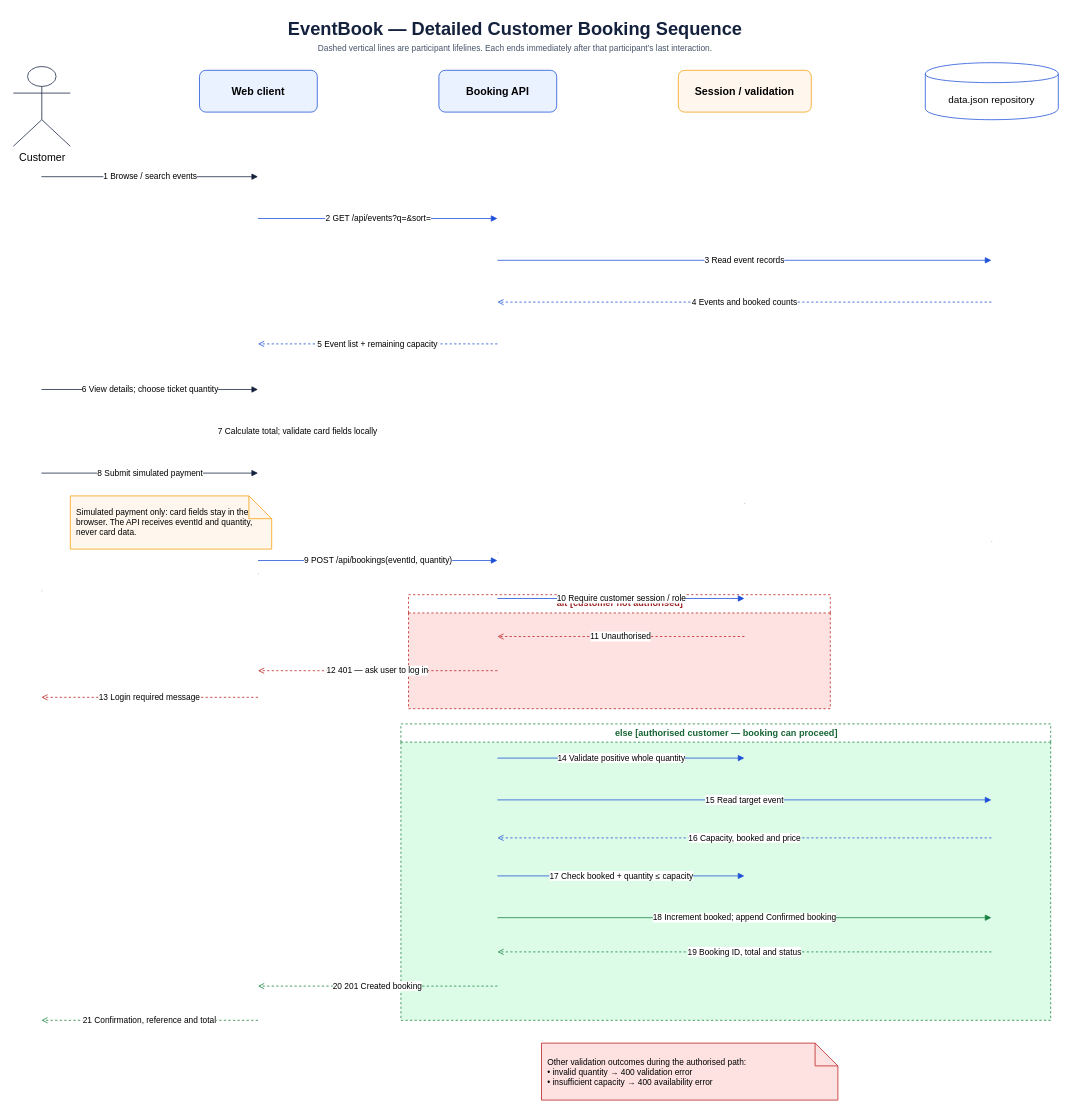
likhitrajdundigal/event-ticket-booking-system keeps this draw.io diagram as docs/drawio/eventbook-booking-sequence.drawio. Above is the earlier version. Source tidied: cells renumbered, new cells numbered last; positions are measured from the earlier drawing's top-left corner, leaving out a move shared by most shapes. Both pictures are drawn from the tidied source at 76%, with x=0, y=0 at pixel (13, 13).
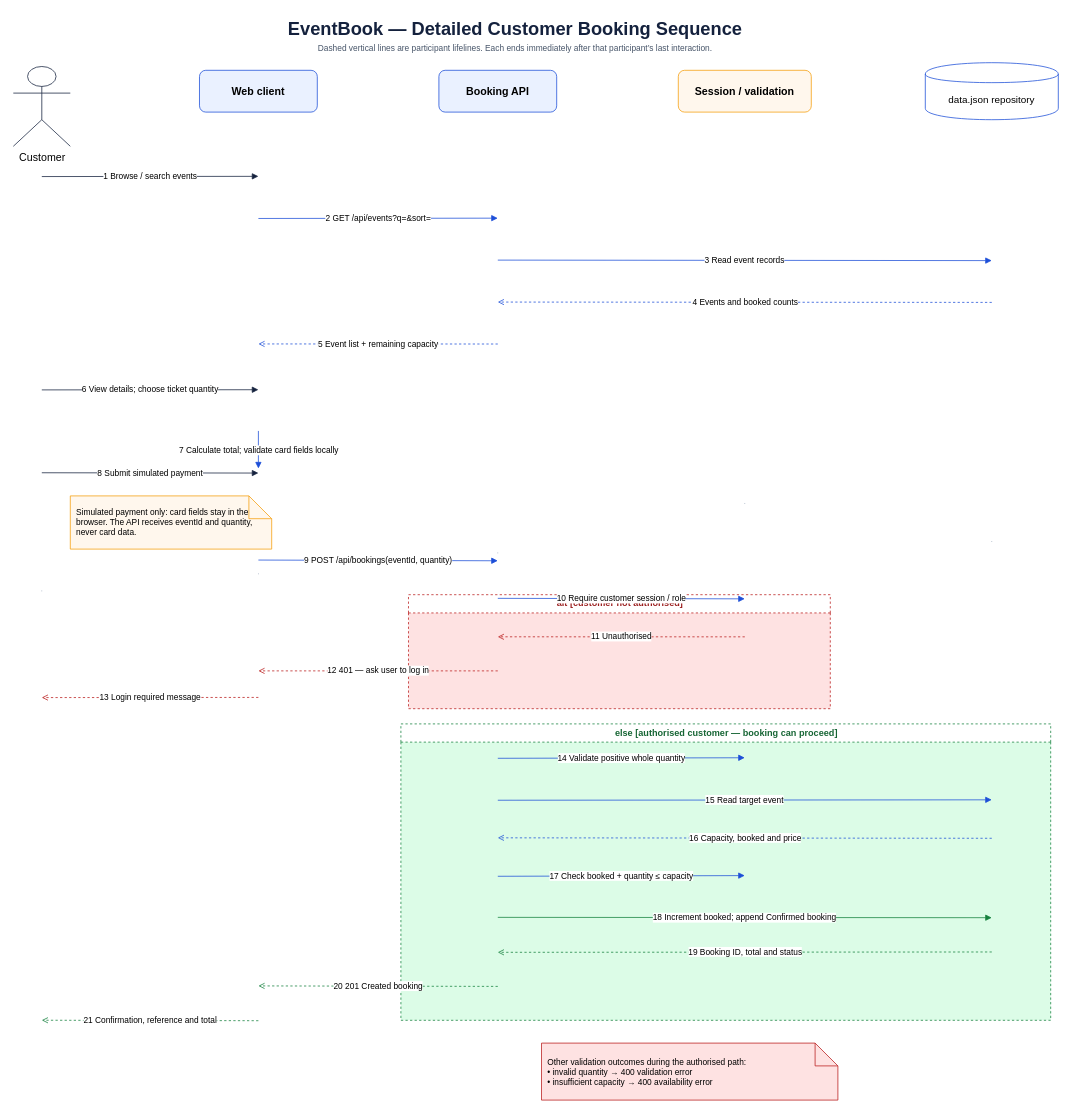
The same page after the edit.

Commit message:
docs: connect booking sequence lifelines

The change refers to these unchanged cells:
```xml
<mxCell id="11" style="shape=line;dashed=1;dashPattern=3 3;strokeColor=#94a3b8;" parent="1" vertex="1">
  <mxGeometry x="37" y="180" width="1" height="1160" as="geometry" />
</mxCell>
<mxCell id="12" style="shape=line;dashed=1;dashPattern=3 3;strokeColor=#94a3b8;" parent="1" vertex="1">
  <mxGeometry x="322" y="135" width="1" height="1205" as="geometry" />
</mxCell>
<mxCell id="13" style="shape=line;dashed=1;dashPattern=3 3;strokeColor=#94a3b8;" parent="1" vertex="1">
  <mxGeometry x="637" y="135" width="1" height="1150" as="geometry" />
</mxCell>
<mxCell id="14" style="shape=line;dashed=1;dashPattern=3 3;strokeColor=#94a3b8;" parent="1" vertex="1">
  <mxGeometry x="962" y="135" width="1" height="1020" as="geometry" />
</mxCell>
<mxCell id="15" style="shape=line;dashed=1;dashPattern=3 3;strokeColor=#94a3b8;" parent="1" vertex="1">
  <mxGeometry x="1287" y="145" width="1" height="1100" as="geometry" />
</mxCell>
```

Diff of the diagram source:
```diff
@@
-    <mxCell id="16" value="1  Browse / search events" style="endArrow=block;html=1;strokeColor=#14213d;fontSize=11;labelBackgroundColor=#ffffff;" parent="1" edge="1">
-      <mxGeometry relative="1" as="geometry">
-        <mxPoint x="37" y="215" as="sourcePoint" />
-        <mxPoint x="322" y="215" as="targetPoint" />
-      </mxGeometry>
+    <mxCell id="16" value="1  Browse / search events" style="endArrow=block;html=1;strokeColor=#14213d;fontSize=11;labelBackgroundColor=#ffffff;exitX=0.5;exitY=0.030;exitPerimeter=0;entryX=0.5;entryY=0.066;entryPerimeter=0;" parent="1" edge="1" source="11" target="12">
+      <mxGeometry relative="1" as="geometry" />
     </mxCell>
-    <mxCell id="17" value="2  GET /api/events?q=&amp;sort=" style="endArrow=block;html=1;strokeColor=#1d4ed8;fontSize=11;labelBackgroundColor=#ffffff;" parent="1" edge="1">
-      <mxGeometry relative="1" as="geometry">
-        <mxPoint x="322" y="270" as="sourcePoint" />
-        <mxPoint x="637" y="270" as="targetPoint" />
-      </mxGeometry>
+    <mxCell id="17" value="2  GET /api/events?q=&amp;sort=" style="endArrow=block;html=1;strokeColor=#1d4ed8;fontSize=11;labelBackgroundColor=#ffffff;exitX=0.5;exitY=0.112;exitPerimeter=0;entryX=0.5;entryY=0.117;entryPerimeter=0;" parent="1" edge="1" source="12" target="13">
+      <mxGeometry relative="1" as="geometry" />
     </mxCell>
-    <mxCell id="18" value="3  Read event records" style="endArrow=block;html=1;strokeColor=#1d4ed8;fontSize=11;labelBackgroundColor=#ffffff;" parent="1" edge="1">
-      <mxGeometry relative="1" as="geometry">
-        <mxPoint x="637" y="325" as="sourcePoint" />
-        <mxPoint x="1287" y="325" as="targetPoint" />
-      </mxGeometry>
+    <mxCell id="18" value="3  Read event records" style="endArrow=block;html=1;strokeColor=#1d4ed8;fontSize=11;labelBackgroundColor=#ffffff;exitX=0.5;exitY=0.165;exitPerimeter=0;entryX=0.5;entryY=0.164;entryPerimeter=0;" parent="1" edge="1" source="13" target="15">
+      <mxGeometry relative="1" as="geometry" />
     </mxCell>
-    <mxCell id="19" value="4  Events and booked counts" style="endArrow=open;dashed=1;html=1;strokeColor=#1d4ed8;fontSize=11;labelBackgroundColor=#ffffff;" parent="1" edge="1">
-      <mxGeometry relative="1" as="geometry">
-        <mxPoint x="1287" y="380" as="sourcePoint" />
-        <mxPoint x="637" y="380" as="targetPoint" />
-      </mxGeometry>
+    <mxCell id="19" value="4  Events and booked counts" style="endArrow=open;dashed=1;html=1;strokeColor=#1d4ed8;fontSize=11;labelBackgroundColor=#ffffff;exitX=0.5;exitY=0.214;exitPerimeter=0;entryX=0.5;entryY=0.213;entryPerimeter=0;" parent="1" edge="1" source="15" target="13">
+      <mxGeometry relative="1" as="geometry" />
     </mxCell>
-    <mxCell id="20" value="5  Event list + remaining capacity" style="endArrow=open;dashed=1;html=1;strokeColor=#1d4ed8;fontSize=11;labelBackgroundColor=#ffffff;" parent="1" edge="1">
-      <mxGeometry relative="1" as="geometry">
-        <mxPoint x="637" y="435" as="sourcePoint" />
-        <mxPoint x="322" y="435" as="targetPoint" />
-      </mxGeometry>
+    <mxCell id="20" value="5  Event list + remaining capacity" style="endArrow=open;dashed=1;html=1;strokeColor=#1d4ed8;fontSize=11;labelBackgroundColor=#ffffff;exitX=0.5;exitY=0.261;exitPerimeter=0;entryX=0.5;entryY=0.249;entryPerimeter=0;" parent="1" edge="1" source="13" target="12">
+      <mxGeometry relative="1" as="geometry" />
     </mxCell>
-    <mxCell id="21" value="6  View details; choose ticket quantity" style="endArrow=block;html=1;strokeColor=#14213d;fontSize=11;labelBackgroundColor=#ffffff;" parent="1" edge="1">
-      <mxGeometry relative="1" as="geometry">
-        <mxPoint x="37" y="495" as="sourcePoint" />
-        <mxPoint x="322" y="495" as="targetPoint" />
-      </mxGeometry>
+    <mxCell id="21" value="6  View details; choose ticket quantity" style="endArrow=block;html=1;strokeColor=#14213d;fontSize=11;labelBackgroundColor=#ffffff;exitX=0.5;exitY=0.272;exitPerimeter=0;entryX=0.5;entryY=0.299;entryPerimeter=0;" parent="1" edge="1" source="11" target="12">
+      <mxGeometry relative="1" as="geometry" />
     </mxCell>
-    <mxCell id="22" value="7  Calculate total; validate card fields locally" style="endArrow=block;html=1;strokeColor=#1d4ed8;fontSize=11;labelBackgroundColor=#ffffff;" parent="1" edge="1">
-      <mxGeometry relative="1" as="geometry">
-        <mxPoint x="322" y="550" as="sourcePoint" />
-        <mxPoint x="425" y="550" as="targetPoint" />
-      </mxGeometry>
+    <mxCell id="22" value="7  Calculate total; validate card fields locally" style="endArrow=block;loopStyle=orthogonalLoop;html=1;strokeColor=#1d4ed8;fontSize=11;labelBackgroundColor=#ffffff;exitX=0.5;exitY=0.344;exitPerimeter=0;entryX=0.5;entryY=0.385;entryPerimeter=0;" parent="1" edge="1" source="12" target="12">
+      <mxGeometry relative="1" as="geometry" />
     </mxCell>
-    <mxCell id="23" value="8  Submit simulated payment" style="endArrow=block;html=1;strokeColor=#14213d;fontSize=11;labelBackgroundColor=#ffffff;" parent="1" edge="1">
-      <mxGeometry relative="1" as="geometry">
-        <mxPoint x="37" y="605" as="sourcePoint" />
-        <mxPoint x="322" y="605" as="targetPoint" />
-      </mxGeometry>
+    <mxCell id="23" value="8  Submit simulated payment" style="endArrow=block;html=1;strokeColor=#14213d;fontSize=11;labelBackgroundColor=#ffffff;exitX=0.5;exitY=0.366;exitPerimeter=0;entryX=0.5;entryY=0.390;entryPerimeter=0;" parent="1" edge="1" source="11" target="12">
+      <mxGeometry relative="1" as="geometry" />
     </mxCell>
@@
-    <mxCell id="25" value="9  POST /api/bookings(eventId, quantity)" style="endArrow=block;html=1;strokeColor=#1d4ed8;fontSize=11;labelBackgroundColor=#ffffff;" parent="1" edge="1">
-      <mxGeometry relative="1" as="geometry">
-        <mxPoint x="322" y="720" as="sourcePoint" />
-        <mxPoint x="637" y="720" as="targetPoint" />
-      </mxGeometry>
+    <mxCell id="25" value="9  POST /api/bookings(eventId, quantity)" style="endArrow=block;html=1;strokeColor=#1d4ed8;fontSize=11;labelBackgroundColor=#ffffff;exitX=0.5;exitY=0.485;exitPerimeter=0;entryX=0.5;entryY=0.509;entryPerimeter=0;" parent="1" edge="1" source="12" target="13">
+      <mxGeometry relative="1" as="geometry" />
     </mxCell>
-    <mxCell id="26" value="10  Require customer session / role" style="endArrow=block;html=1;strokeColor=#1d4ed8;fontSize=11;labelBackgroundColor=#ffffff;" parent="1" edge="1">
-      <mxGeometry relative="1" as="geometry">
-        <mxPoint x="637" y="770" as="sourcePoint" />
-        <mxPoint x="962" y="770" as="targetPoint" />
-      </mxGeometry>
+    <mxCell id="26" value="10  Require customer session / role" style="endArrow=block;html=1;strokeColor=#1d4ed8;fontSize=11;labelBackgroundColor=#ffffff;exitX=0.5;exitY=0.552;exitPerimeter=0;entryX=0.5;entryY=0.623;entryPerimeter=0;" parent="1" edge="1" source="13" target="14">
+      <mxGeometry relative="1" as="geometry" />
     </mxCell>
-    <mxCell id="27" value="11  Unauthorised" style="endArrow=open;dashed=1;html=1;strokeColor=#b91c1c;fontSize=11;labelBackgroundColor=#ffffff;" parent="1" edge="1">
-      <mxGeometry relative="1" as="geometry">
-        <mxPoint x="962" y="820" as="sourcePoint" />
-        <mxPoint x="637" y="820" as="targetPoint" />
-      </mxGeometry>
+    <mxCell id="27" value="11  Unauthorised" style="endArrow=open;dashed=1;html=1;strokeColor=#b91c1c;fontSize=11;labelBackgroundColor=#ffffff;exitX=0.5;exitY=0.672;exitPerimeter=0;entryX=0.5;entryY=0.596;entryPerimeter=0;" parent="1" edge="1" source="14" target="13">
+      <mxGeometry relative="1" as="geometry" />
     </mxCell>
-    <mxCell id="28" value="12  401 — ask user to log in" style="endArrow=open;dashed=1;html=1;strokeColor=#b91c1c;fontSize=11;labelBackgroundColor=#ffffff;" parent="1" edge="1">
-      <mxGeometry relative="1" as="geometry">
-        <mxPoint x="637" y="865" as="sourcePoint" />
-        <mxPoint x="322" y="865" as="targetPoint" />
-      </mxGeometry>
+    <mxCell id="28" value="12  401 — ask user to log in" style="endArrow=open;dashed=1;html=1;strokeColor=#b91c1c;fontSize=11;labelBackgroundColor=#ffffff;exitX=0.5;exitY=0.635;exitPerimeter=0;entryX=0.5;entryY=0.606;entryPerimeter=0;" parent="1" edge="1" source="13" target="12">
+      <mxGeometry relative="1" as="geometry" />
     </mxCell>
-    <mxCell id="29" value="13  Login required message" style="endArrow=open;dashed=1;html=1;strokeColor=#b91c1c;fontSize=11;labelBackgroundColor=#ffffff;" parent="1" edge="1">
-      <mxGeometry relative="1" as="geometry">
-        <mxPoint x="322" y="900" as="sourcePoint" />
-        <mxPoint x="37" y="900" as="targetPoint" />
-      </mxGeometry>
+    <mxCell id="29" value="13  Login required message" style="endArrow=open;dashed=1;html=1;strokeColor=#b91c1c;fontSize=11;labelBackgroundColor=#ffffff;exitX=0.5;exitY=0.635;exitPerimeter=0;entryX=0.5;entryY=0.621;entryPerimeter=0;" parent="1" edge="1" source="12" target="11">
+      <mxGeometry relative="1" as="geometry" />
     </mxCell>
-    <mxCell id="30" value="14  Validate positive whole quantity" style="endArrow=block;html=1;strokeColor=#1d4ed8;fontSize=11;labelBackgroundColor=#ffffff;" parent="1" edge="1">
-      <mxGeometry relative="1" as="geometry">
-        <mxPoint x="637" y="980" as="sourcePoint" />
-        <mxPoint x="962" y="980" as="targetPoint" />
-      </mxGeometry>
+    <mxCell id="30" value="14  Validate positive whole quantity" style="endArrow=block;html=1;strokeColor=#1d4ed8;fontSize=11;labelBackgroundColor=#ffffff;exitX=0.5;exitY=0.735;exitPerimeter=0;entryX=0.5;entryY=0.828;entryPerimeter=0;" parent="1" edge="1" source="13" target="14">
+      <mxGeometry relative="1" as="geometry" />
     </mxCell>
-    <mxCell id="31" value="15  Read target event" style="endArrow=block;html=1;strokeColor=#1d4ed8;fontSize=11;labelBackgroundColor=#ffffff;" parent="1" edge="1">
-      <mxGeometry relative="1" as="geometry">
-        <mxPoint x="637" y="1035" as="sourcePoint" />
-        <mxPoint x="1287" y="1035" as="targetPoint" />
-      </mxGeometry>
+    <mxCell id="31" value="15  Read target event" style="endArrow=block;html=1;strokeColor=#1d4ed8;fontSize=11;labelBackgroundColor=#ffffff;exitX=0.5;exitY=0.783;exitPerimeter=0;entryX=0.5;entryY=0.809;entryPerimeter=0;" parent="1" edge="1" source="13" target="15">
+      <mxGeometry relative="1" as="geometry" />
     </mxCell>
-    <mxCell id="32" value="16  Capacity, booked and price" style="endArrow=open;dashed=1;html=1;strokeColor=#1d4ed8;fontSize=11;labelBackgroundColor=#ffffff;" parent="1" edge="1">
-      <mxGeometry relative="1" as="geometry">
-        <mxPoint x="1287" y="1085" as="sourcePoint" />
-        <mxPoint x="637" y="1085" as="targetPoint" />
-      </mxGeometry>
+    <mxCell id="32" value="16  Capacity, booked and price" style="endArrow=open;dashed=1;html=1;strokeColor=#1d4ed8;fontSize=11;labelBackgroundColor=#ffffff;exitX=0.5;exitY=0.855;exitPerimeter=0;entryX=0.5;entryY=0.826;entryPerimeter=0;" parent="1" edge="1" source="15" target="13">
+      <mxGeometry relative="1" as="geometry" />
     </mxCell>
-    <mxCell id="33" value="17  Check booked + quantity ≤ capacity" style="endArrow=block;html=1;strokeColor=#1d4ed8;fontSize=11;labelBackgroundColor=#ffffff;" parent="1" edge="1">
-      <mxGeometry relative="1" as="geometry">
-        <mxPoint x="637" y="1135" as="sourcePoint" />
-        <mxPoint x="962" y="1135" as="targetPoint" />
-      </mxGeometry>
+    <mxCell id="33" value="17  Check booked + quantity ≤ capacity" style="endArrow=block;html=1;strokeColor=#1d4ed8;fontSize=11;labelBackgroundColor=#ffffff;exitX=0.5;exitY=0.870;exitPerimeter=0;entryX=0.5;entryY=0.980;entryPerimeter=0;" parent="1" edge="1" source="13" target="14">
+      <mxGeometry relative="1" as="geometry" />
     </mxCell>
-    <mxCell id="34" value="18  Increment booked; append Confirmed booking" style="endArrow=block;html=1;strokeColor=#15803d;fontSize=11;labelBackgroundColor=#ffffff;" parent="1" edge="1">
-      <mxGeometry relative="1" as="geometry">
-        <mxPoint x="637" y="1190" as="sourcePoint" />
-        <mxPoint x="1287" y="1190" as="targetPoint" />
-      </mxGeometry>
+    <mxCell id="34" value="18  Increment booked; append Confirmed booking" style="endArrow=block;html=1;strokeColor=#15803d;fontSize=11;labelBackgroundColor=#ffffff;exitX=0.5;exitY=0.917;exitPerimeter=0;entryX=0.5;entryY=0.950;entryPerimeter=0;" parent="1" edge="1" source="13" target="15">
+      <mxGeometry relative="1" as="geometry" />
     </mxCell>
-    <mxCell id="35" value="19  Booking ID, total and status" style="endArrow=open;dashed=1;html=1;strokeColor=#15803d;fontSize=11;labelBackgroundColor=#ffffff;" parent="1" edge="1">
-      <mxGeometry relative="1" as="geometry">
-        <mxPoint x="1287" y="1235" as="sourcePoint" />
-        <mxPoint x="637" y="1235" as="targetPoint" />
-      </mxGeometry>
+    <mxCell id="35" value="19  Booking ID, total and status" style="endArrow=open;dashed=1;html=1;strokeColor=#15803d;fontSize=11;labelBackgroundColor=#ffffff;exitX=0.5;exitY=0.991;exitPerimeter=0;entryX=0.5;entryY=0.957;entryPerimeter=0;" parent="1" edge="1" source="15" target="13">
+      <mxGeometry relative="1" as="geometry" />
     </mxCell>
-    <mxCell id="36" value="20  201 Created booking" style="endArrow=open;dashed=1;html=1;strokeColor=#15803d;fontSize=11;labelBackgroundColor=#ffffff;" parent="1" edge="1">
-      <mxGeometry relative="1" as="geometry">
-        <mxPoint x="637" y="1280" as="sourcePoint" />
-        <mxPoint x="322" y="1280" as="targetPoint" />
-      </mxGeometry>
+    <mxCell id="36" value="20  201 Created booking" style="endArrow=open;dashed=1;html=1;strokeColor=#15803d;fontSize=11;labelBackgroundColor=#ffffff;exitX=0.5;exitY=0.996;exitPerimeter=0;entryX=0.5;entryY=0.950;entryPerimeter=0;" parent="1" edge="1" source="13" target="12">
+      <mxGeometry relative="1" as="geometry" />
     </mxCell>
-    <mxCell id="37" value="21  Confirmation, reference and total" style="endArrow=open;dashed=1;html=1;strokeColor=#15803d;fontSize=11;labelBackgroundColor=#ffffff;" parent="1" edge="1">
-      <mxGeometry relative="1" as="geometry">
-        <mxPoint x="322" y="1325" as="sourcePoint" />
-        <mxPoint x="37" y="1325" as="targetPoint" />
-      </mxGeometry>
+    <mxCell id="37" value="21  Confirmation, reference and total" style="endArrow=open;dashed=1;html=1;strokeColor=#15803d;fontSize=11;labelBackgroundColor=#ffffff;exitX=0.5;exitY=0.988;exitPerimeter=0;entryX=0.5;entryY=0.987;entryPerimeter=0;" parent="1" edge="1" source="12" target="11">
+      <mxGeometry relative="1" as="geometry" />
     </mxCell>
```
